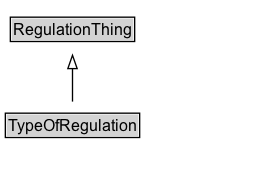
The Graphviz diagram docs/diagrams/TypeOfRegulation.dot.png in k-vaughn/ontology-its-regulation, before a commit. Its source is kept beside it as docs/diagrams/TypeOfRegulation.dot. The source it was exported from:
```dot
digraph {
	graph [overlap=false rankdir=TB splines=true]
	node [fontname=Arial fontsize=12 margin=0 shape=none]
	edge [fontname=Arial fontsize=11]
	{
		rank=max
		TypeOfRegulation [label=<<TABLE BORDER="1" CELLBORDER="0" CELLSPACING="0" CELLPADDING="1"><TR><TD BGCOLOR="lightgray" ALIGN="CENTER" PORT="e">TypeOfRegulation</TD></TR></TABLE>> URL="../TypeOfRegulation.md" margin=0]
	}
	subgraph cluster_associated {
		label="" style=invis
		Invis [label=<<TABLE BORDER="0" CELLBORDER="0" CELLSPACING="0" CELLPADDING="1"><TR><TD></TD></TR></TABLE>> margin=0 style=invis]
	}
	RegulationThing [label=<<TABLE BORDER="1" CELLBORDER="0" CELLSPACING="0" CELLPADDING="1"><TR><TD BGCOLOR="lightgray" ALIGN="CENTER">RegulationThing</TD></TR></TABLE>> URL="../RegulationThing.md" margin=0]
	TypeOfRegulation -> RegulationThing [arrowhead=onormal style=solid]
}
```
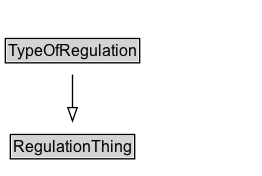
Above is the later version.

What changed in the source:
```diff
@@ -2,14 +2,14 @@
 	graph [overlap=false rankdir=TB splines=true]
 	node [fontname=Arial fontsize=12 margin=0 shape=none]
 	edge [fontname=Arial fontsize=11]
+	TypeOfRegulation [label=<<TABLE BORDER="1" CELLBORDER="0" CELLSPACING="0" CELLPADDING="1"><TR><TD BGCOLOR="lightgray" ALIGN="CENTER">TypeOfRegulation</TD></TR></TABLE>> URL="../TypeOfRegulation" margin=0]
 	{
 		rank=max
-		TypeOfRegulation [label=<<TABLE BORDER="1" CELLBORDER="0" CELLSPACING="0" CELLPADDING="1"><TR><TD BGCOLOR="lightgray" ALIGN="CENTER" PORT="e">TypeOfRegulation</TD></TR></TABLE>> URL="../TypeOfRegulation.md" margin=0]
 	}
 	subgraph cluster_associated {
 		label="" style=invis
 		Invis [label=<<TABLE BORDER="0" CELLBORDER="0" CELLSPACING="0" CELLPADDING="1"><TR><TD></TD></TR></TABLE>> margin=0 style=invis]
 	}
-	RegulationThing [label=<<TABLE BORDER="1" CELLBORDER="0" CELLSPACING="0" CELLPADDING="1"><TR><TD BGCOLOR="lightgray" ALIGN="CENTER">RegulationThing</TD></TR></TABLE>> URL="../RegulationThing.md" margin=0]
+	RegulationThing [label=<<TABLE BORDER="1" CELLBORDER="0" CELLSPACING="0" CELLPADDING="1"><TR><TD BGCOLOR="lightgray" ALIGN="CENTER">RegulationThing</TD></TR></TABLE>> URL="../RegulationThing" margin=0]
 	TypeOfRegulation -> RegulationThing [arrowhead=onormal style=solid]
 }
```
